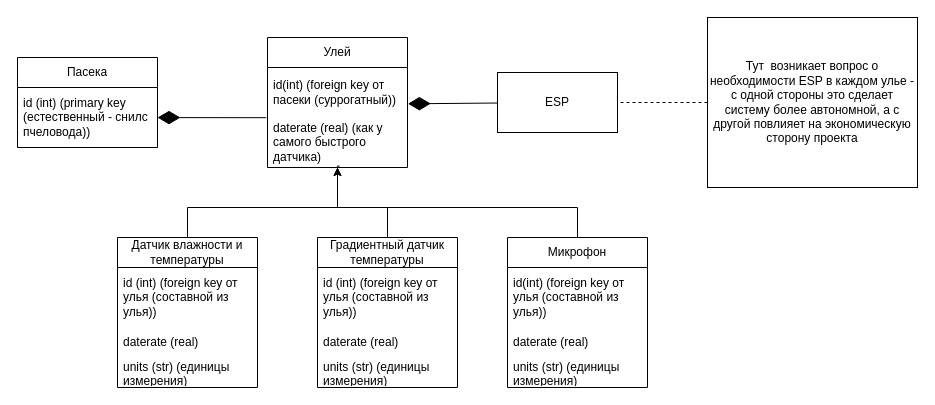
This is diagrams/диаграмма классов умный улей 3.0.drawio from dragolit-rouge/SmartHive3.0, a draw.io file, before an edit. Source tidied: cells renumbered, new cells numbered last; positions are measured from the earlier drawing's top-left corner, leaving out a move shared by most shapes. Both pictures are drawn from the tidied source at 100%, with x=0, y=0 at pixel (17, 17).
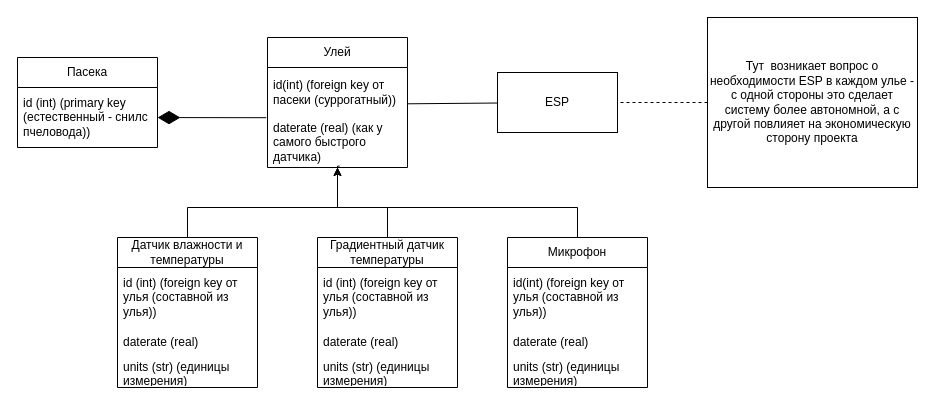
Above is the later version.

The change refers to these unchanged cells:
```xml
<mxCell id="5" value="id(int) (foreign key от пасеки (суррогатный))" style="text;strokeColor=none;fillColor=none;align=left;verticalAlign=middle;spacingLeft=4;spacingRight=4;overflow=hidden;points=[[0,0.5],[1,0.5]];portConstraint=eastwest;whiteSpace=wrap;html=1;" parent="4" vertex="1">
  <mxGeometry y="30" width="140" height="50" as="geometry" />
</mxCell>
<mxCell id="24" value="ESP" style="rounded=0;whiteSpace=wrap;html=1;" parent="1" vertex="1">
  <mxGeometry x="480" y="55" width="120" height="60" as="geometry" />
</mxCell>
```

Diff of the diagram source:
```diff
@@
-    <mxCell id="23" style="rounded=0;jettySize=auto;html=1;entryX=1.003;entryY=0.726;entryDx=0;entryDy=0;entryPerimeter=0;endArrow=diamondThin;endFill=1;startArrow=none;startFill=0;startSize=20;endSize=20;" parent="1" edge="1" source="24" target="5">
+    <mxCell id="23" style="rounded=0;jettySize=auto;html=1;entryX=1.003;entryY=0.726;entryDx=0;entryDy=0;entryPerimeter=0;endArrow=none;endFill=0;startArrow=none;startFill=0;startSize=20;endSize=20;" parent="1" edge="1" source="24" target="5">
       <mxGeometry relative="1" as="geometry" />
     </mxCell>
```
